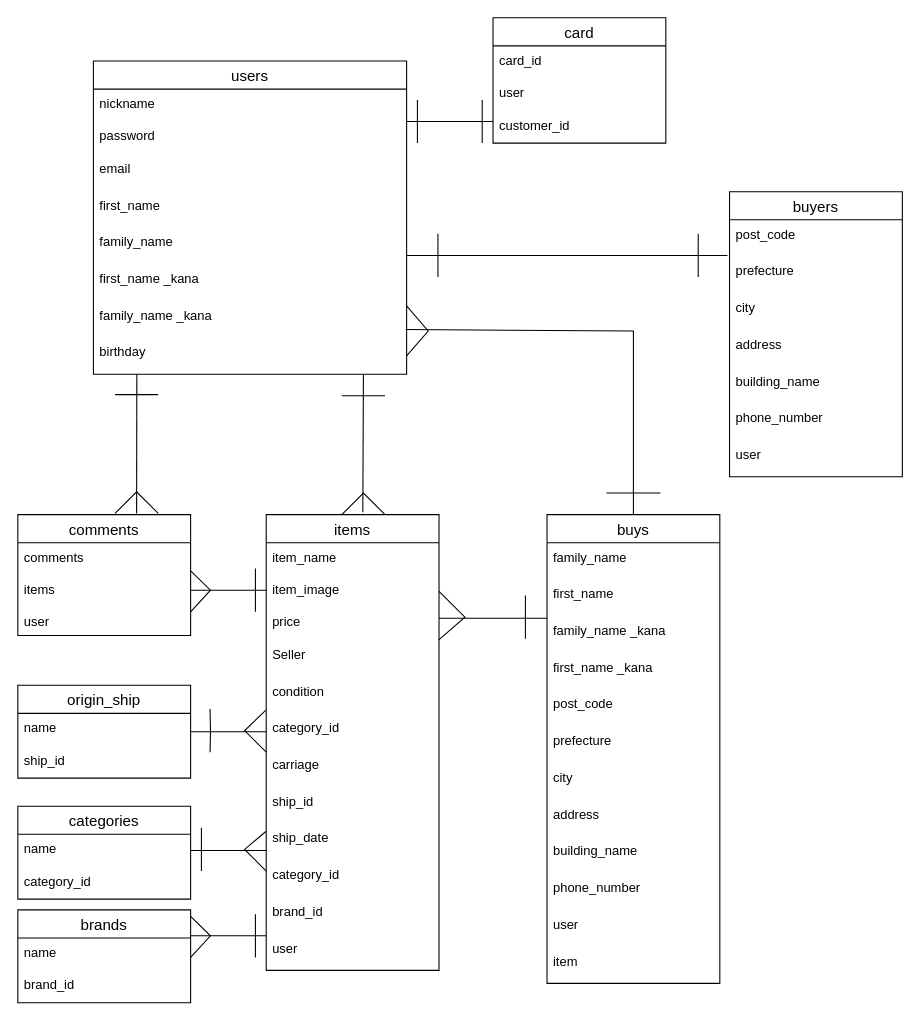
Before: page "ページ1" (1 of 2) of furima.dio in Ishibashi-naoki1/furima-35187, a draw.io diagram. Source tidied: cells renumbered, new cells numbered last; positions are measured from the earlier drawing's top-left corner, leaving out a move shared by most shapes. Both pictures are drawn from the tidied source at 108%, with x=0, y=0 at pixel (17, 17).
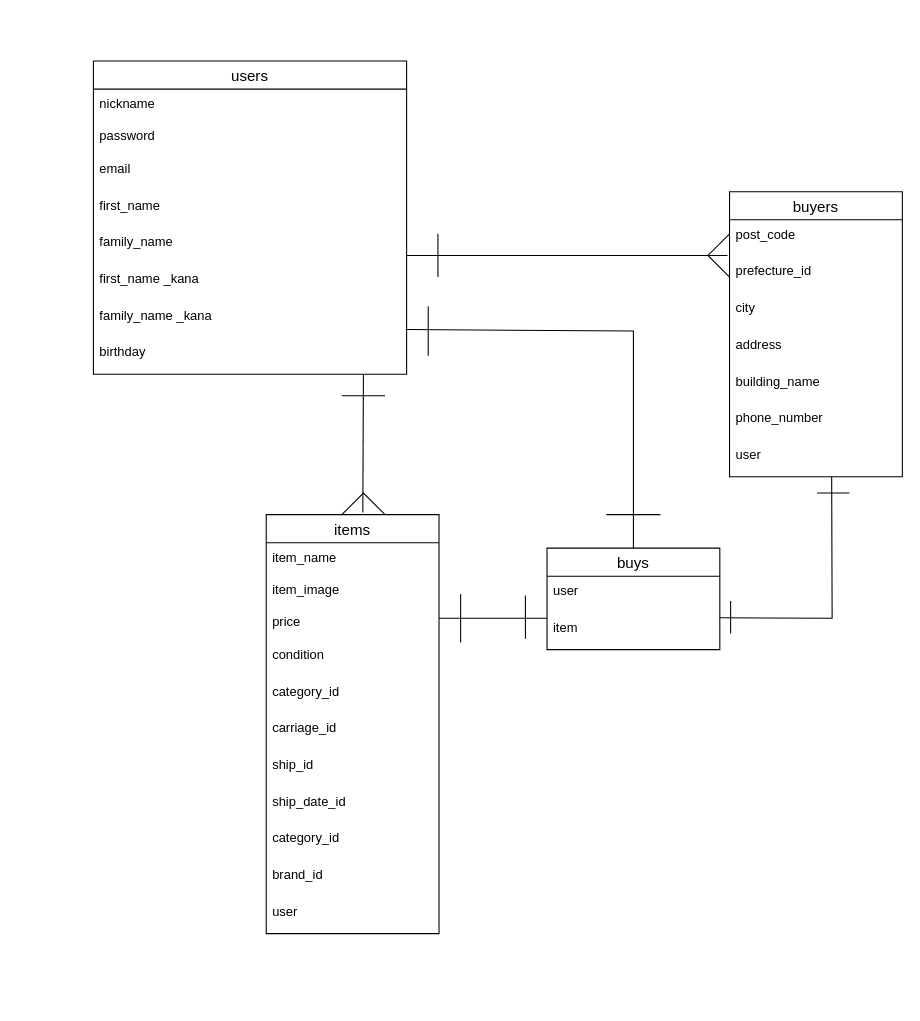
The same page after the edit.

Unchanged cells that the change refers to:
```xml
<mxCell id="2" value="users" style="swimlane;fontStyle=0;horizontal=1;startSize=26;align=center;fontSize=14;" parent="1" vertex="1">
  <mxGeometry x="70" y="40" width="290" height="290" as="geometry" />
</mxCell>
<mxCell id="8" value="first_name _kana" style="text;strokeColor=none;fillColor=none;spacingLeft=4;spacingRight=4;overflow=hidden;points=[[0,0.5],[1,0.5]];portConstraint=eastwest;fontSize=12;" parent="2" vertex="1">
  <mxGeometry y="188" width="290" height="34" as="geometry" />
</mxCell>
<mxCell id="10" value="birthday" style="text;strokeColor=none;fillColor=none;spacingLeft=4;spacingRight=4;overflow=hidden;points=[[0,0.5],[1,0.5]];portConstraint=eastwest;fontSize=12;" parent="2" vertex="1">
  <mxGeometry y="256" width="290" height="34" as="geometry" />
</mxCell>
<mxCell id="14" value="item_image" style="text;strokeColor=none;fillColor=none;spacingLeft=4;spacingRight=4;overflow=hidden;points=[[0,0.5],[1,0.5]];portConstraint=eastwest;fontSize=12;" parent="12" vertex="1">
  <mxGeometry y="56" width="160" height="30" as="geometry" />
</mxCell>
<mxCell id="15" value="price" style="text;strokeColor=none;fillColor=none;spacingLeft=4;spacingRight=4;overflow=hidden;points=[[0,0.5],[1,0.5]];portConstraint=eastwest;fontSize=12;" parent="12" vertex="1">
  <mxGeometry y="86" width="160" height="30" as="geometry" />
</mxCell>
<mxCell id="27" value="buyers" style="swimlane;fontStyle=0;horizontal=1;startSize=26;align=center;fontSize=14;" parent="1" vertex="1">
  <mxGeometry x="659" y="161" width="160" height="264" as="geometry" />
</mxCell>
<mxCell id="34" value="user" style="text;strokeColor=none;fillColor=none;spacingLeft=4;spacingRight=4;overflow=hidden;points=[[0,0.5],[1,0.5]];portConstraint=eastwest;fontSize=12;" parent="27" vertex="1">
  <mxGeometry y="230" width="160" height="34" as="geometry" />
</mxCell>
```

Change to the diagram source:
```diff
@@
-    <mxCell id="11" style="endArrow=none;html=1;rounded=0;exitX=1;exitY=0.5;exitDx=0;exitDy=0;entryX=1;entryY=1.137;entryDx=0;entryDy=0;entryPerimeter=0;" parent="2" edge="1" source="10" target="8">
+    <mxCell id="11" style="endArrow=none;html=1;rounded=0;" parent="2" edge="1">
       <mxGeometry relative="1" as="geometry">
+        <mxPoint x="310" y="273" as="sourcePoint" />
+        <mxPoint x="310" y="227" as="targetPoint" />
         <Array as="points">
           <mxPoint x="310" y="250" />
         </Array>
       </mxGeometry>
     </mxCell>
     <mxCell id="12" value="items" style="swimlane;fontStyle=0;horizontal=1;startSize=26;align=center;fontSize=14;" parent="1" vertex="1">
-      <mxGeometry x="230" y="460" width="160" height="422" as="geometry" />
+      <mxGeometry x="230" y="460" width="160" height="388" as="geometry" />
     </mxCell>
@@
-    <mxCell id="16" value="Seller" style="text;strokeColor=none;fillColor=none;spacingLeft=4;spacingRight=4;overflow=hidden;fontSize=12;" parent="12" vertex="1">
-      <mxGeometry y="116" width="160" height="34" as="geometry" />
-    </mxCell>
     <mxCell id="17" value="condition" style="text;strokeColor=none;fillColor=none;spacingLeft=4;spacingRight=4;overflow=hidden;points=[[0,0.5],[1,0.5]];portConstraint=eastwest;fontSize=12;" parent="12" vertex="1">
-      <mxGeometry y="150" width="160" height="34" as="geometry" />
+      <mxGeometry y="116" width="160" height="34" as="geometry" />
     </mxCell>
-    <mxCell id="18" style="endArrow=none;html=1;rounded=0;exitX=-0.002;exitY=0.914;exitDx=0;exitDy=0;exitPerimeter=0;" parent="12" edge="1" source="17">
-      <mxGeometry relative="1" as="geometry">
-        <mxPoint y="220" as="targetPoint" />
-        <Array as="points">
-          <mxPoint x="-20" y="200" />
-        </Array>
-      </mxGeometry>
-    </mxCell>
     <mxCell id="19" value="category_id" style="text;strokeColor=none;fillColor=none;spacingLeft=4;spacingRight=4;overflow=hidden;fontSize=12;" parent="12" vertex="1">
-      <mxGeometry y="184" width="160" height="34" as="geometry" />
+      <mxGeometry y="150" width="160" height="34" as="geometry" />
     </mxCell>
-    <mxCell id="20" value="carriage" style="text;strokeColor=none;fillColor=none;spacingLeft=4;spacingRight=4;overflow=hidden;fontSize=12;" parent="12" vertex="1">
-      <mxGeometry y="218" width="160" height="34" as="geometry" />
+    <mxCell id="20" value="carriage_id" style="text;strokeColor=none;fillColor=none;spacingLeft=4;spacingRight=4;overflow=hidden;fontSize=12;" parent="12" vertex="1">
+      <mxGeometry y="184" width="160" height="34" as="geometry" />
     </mxCell>
     <mxCell id="21" value="ship_id" style="text;strokeColor=none;fillColor=none;spacingLeft=4;spacingRight=4;overflow=hidden;fontSize=12;" parent="12" vertex="1">
-      <mxGeometry y="252" width="160" height="34" as="geometry" />
+      <mxGeometry y="218" width="160" height="34" as="geometry" />
     </mxCell>
-    <mxCell id="22" value="ship_date" style="text;strokeColor=none;fillColor=none;spacingLeft=4;spacingRight=4;overflow=hidden;points=[[0,0.5],[1,0.5]];portConstraint=eastwest;fontSize=12;" parent="12" vertex="1">
-      <mxGeometry y="286" width="160" height="34" as="geometry" />
+    <mxCell id="22" value="ship_date_id" style="text;strokeColor=none;fillColor=none;spacingLeft=4;spacingRight=4;overflow=hidden;points=[[0,0.5],[1,0.5]];portConstraint=eastwest;fontSize=12;" parent="12" vertex="1">
+      <mxGeometry y="252" width="160" height="34" as="geometry" />
     </mxCell>
     <mxCell id="23" value="category_id" style="text;strokeColor=none;fillColor=none;spacingLeft=4;spacingRight=4;overflow=hidden;fontSize=12;" parent="12" vertex="1">
-      <mxGeometry y="320" width="160" height="34" as="geometry" />
+      <mxGeometry y="286" width="160" height="34" as="geometry" />
     </mxCell>
     <mxCell id="24" value="brand_id" style="text;strokeColor=none;fillColor=none;spacingLeft=4;spacingRight=4;overflow=hidden;fontSize=12;" parent="12" vertex="1">
-      <mxGeometry y="354" width="160" height="34" as="geometry" />
+      <mxGeometry y="320" width="160" height="34" as="geometry" />
     </mxCell>
-    <mxCell id="25" style="endArrow=none;html=1;rounded=0;exitX=1;exitY=0.5;exitDx=0;exitDy=0;entryX=0.997;entryY=1.005;entryDx=0;entryDy=0;entryPerimeter=0;" parent="12" edge="1" source="14" target="15">
-      <mxGeometry relative="1" as="geometry">
-        <Array as="points">
-          <mxPoint x="184" y="95" />
-        </Array>
-      </mxGeometry>
-    </mxCell>
     <mxCell id="26" value="user" style="text;strokeColor=none;fillColor=none;spacingLeft=4;spacingRight=4;overflow=hidden;fontSize=12;" parent="12" vertex="1">
-      <mxGeometry y="388" width="160" height="34" as="geometry" />
+      <mxGeometry y="354" width="160" height="34" as="geometry" />
     </mxCell>
@@
-    <mxCell id="29" value="prefecture" style="text;strokeColor=none;fillColor=none;spacingLeft=4;spacingRight=4;overflow=hidden;points=[[0,0.5],[1,0.5]];portConstraint=eastwest;fontSize=12;" parent="27" vertex="1">
+    <mxCell id="29" value="prefecture_id" style="text;strokeColor=none;fillColor=none;spacingLeft=4;spacingRight=4;overflow=hidden;points=[[0,0.5],[1,0.5]];portConstraint=eastwest;fontSize=12;" parent="27" vertex="1">
       <mxGeometry y="60" width="160" height="34" as="geometry" />
     </mxCell>
@@
-    <mxCell id="35" value="categories" style="swimlane;fontStyle=0;horizontal=1;startSize=26;align=center;fontSize=14;" parent="1" vertex="1">
-      <mxGeometry y="730" width="160" height="86" as="geometry" />
-    </mxCell>
-    <mxCell id="36" value="name" style="text;strokeColor=none;fillColor=none;spacingLeft=4;spacingRight=4;overflow=hidden;points=[[0,0.5],[1,0.5]];portConstraint=eastwest;fontSize=12;" parent="35" vertex="1">
-      <mxGeometry y="26" width="160" height="30" as="geometry" />
-    </mxCell>
-    <mxCell id="37" value="category_id" style="text;strokeColor=none;fillColor=none;spacingLeft=4;spacingRight=4;overflow=hidden;fontSize=12;" parent="35" vertex="1">
-      <mxGeometry y="56" width="160" height="30" as="geometry" />
-    </mxCell>
-    <mxCell id="38" value="card" style="swimlane;fontStyle=0;horizontal=1;startSize=26;align=center;fontSize=14;" parent="1" vertex="1">
-      <mxGeometry x="440" width="160" height="116" as="geometry" />
-    </mxCell>
-    <mxCell id="39" value="card_id" style="text;strokeColor=none;fillColor=none;spacingLeft=4;spacingRight=4;overflow=hidden;fontSize=12;" parent="38" vertex="1">
-      <mxGeometry y="26" width="160" height="30" as="geometry" />
-    </mxCell>
-    <mxCell id="40" value="user" style="text;strokeColor=none;fillColor=none;spacingLeft=4;spacingRight=4;overflow=hidden;fontSize=12;" parent="38" vertex="1">
-      <mxGeometry y="56" width="160" height="30" as="geometry" />
-    </mxCell>
-    <mxCell id="41" value="customer_id" style="text;strokeColor=none;fillColor=none;spacingLeft=4;spacingRight=4;overflow=hidden;fontSize=12;" parent="38" vertex="1">
-      <mxGeometry y="86" width="160" height="30" as="geometry" />
-    </mxCell>
-    <mxCell id="42" value="comments" style="swimlane;fontStyle=0;horizontal=1;startSize=26;align=center;fontSize=14;" parent="1" vertex="1">
-      <mxGeometry y="460" width="160" height="112" as="geometry" />
-    </mxCell>
-    <mxCell id="43" value="comments" style="text;strokeColor=none;fillColor=none;spacingLeft=4;spacingRight=4;overflow=hidden;fontSize=12;" parent="42" vertex="1">
-      <mxGeometry y="26" width="160" height="30" as="geometry" />
-    </mxCell>
-    <mxCell id="44" value="items" style="text;strokeColor=none;fillColor=none;spacingLeft=4;spacingRight=4;overflow=hidden;fontSize=12;" parent="42" vertex="1">
-      <mxGeometry y="56" width="160" height="30" as="geometry" />
-    </mxCell>
-    <mxCell id="45" value="user" style="text;strokeColor=none;fillColor=none;spacingLeft=4;spacingRight=4;overflow=hidden;fontSize=12;" parent="42" vertex="1">
-      <mxGeometry y="86" width="160" height="26" as="geometry" />
-    </mxCell>
@@
-    <mxCell id="48" style="line;strokeWidth=1;dashed=0;labelPosition=right;align=left;verticalAlign=middle;spacingTop=0;spacingLeft=6;" parent="1" vertex="1">
-      <mxGeometry x="160" y="525" width="70" height="10" as="geometry" />
-    </mxCell>
-    <mxCell id="49" style="endArrow=none;html=1;rounded=0;" parent="1" edge="1">
-      <mxGeometry relative="1" as="geometry">
-        <mxPoint x="220" y="510" as="sourcePoint" />
-        <mxPoint x="220" y="550" as="targetPoint" />
-        <Array as="points">
-          <mxPoint x="220" y="530" />
-        </Array>
-      </mxGeometry>
-    </mxCell>
@@
     <mxCell id="54" style="endArrow=none;html=1;rounded=0;" parent="1" edge="1">
       <mxGeometry relative="1" as="geometry">
-        <mxPoint x="630" y="240" as="sourcePoint" />
-        <mxPoint x="630" y="200" as="targetPoint" />
+        <mxPoint x="659" y="240" as="sourcePoint" />
+        <mxPoint x="659" y="200" as="targetPoint" />
         <Array as="points">
-          <mxPoint x="630" y="220" />
+          <mxPoint x="639" y="220" />
         </Array>
       </mxGeometry>
     </mxCell>
-    <mxCell id="55" style="endArrow=none;html=1;rounded=0;" parent="1" edge="1">
-      <mxGeometry relative="1" as="geometry">
-        <mxPoint x="360" y="96" as="sourcePoint" />
-        <mxPoint x="440" y="96" as="targetPoint" />
-      </mxGeometry>
-    </mxCell>
-    <mxCell id="56" style="endArrow=none;html=1;rounded=0;" parent="1" edge="1">
-      <mxGeometry relative="1" as="geometry">
-        <mxPoint x="370" y="116" as="sourcePoint" />
-        <mxPoint x="370" y="76" as="targetPoint" />
-        <Array as="points">
-          <mxPoint x="370" y="96" />
-        </Array>
-      </mxGeometry>
-    </mxCell>
-    <mxCell id="57" style="endArrow=none;html=1;rounded=0;" parent="1" edge="1">
-      <mxGeometry relative="1" as="geometry">
-        <mxPoint x="430" y="116" as="sourcePoint" />
-        <mxPoint x="430" y="76" as="targetPoint" />
-        <Array as="points">
-          <mxPoint x="430" y="96" />
-        </Array>
-      </mxGeometry>
-    </mxCell>
-    <mxCell id="58" style="endArrow=none;html=1;rounded=0;entryX=0.5;entryY=0;entryDx=0;entryDy=0;exitX=0.725;exitY=1.031;exitDx=0;exitDy=0;exitPerimeter=0;" parent="1" edge="1">
-      <mxGeometry relative="1" as="geometry">
-        <mxPoint x="110.2" y="330" as="sourcePoint" />
-        <mxPoint x="110" y="458.9" as="targetPoint" />
-      </mxGeometry>
-    </mxCell>
-    <mxCell id="59" style="endArrow=none;html=1;rounded=0;" parent="1" edge="1">
-      <mxGeometry relative="1" as="geometry">
-        <mxPoint x="90" y="458.9" as="sourcePoint" />
-        <mxPoint x="130" y="458.9" as="targetPoint" />
-        <Array as="points">
-          <mxPoint x="110" y="438.9" />
-        </Array>
-      </mxGeometry>
-    </mxCell>
-    <mxCell id="60" style="endArrow=none;html=1;rounded=0;" parent="1" edge="1">
-      <mxGeometry relative="1" as="geometry">
-        <mxPoint x="90" y="348.9" as="sourcePoint" />
-        <mxPoint x="130" y="348.9" as="targetPoint" />
-      </mxGeometry>
-    </mxCell>
@@
-    <mxCell id="62" value="brands" style="swimlane;fontStyle=0;horizontal=1;startSize=26;align=center;fontSize=14;" parent="1" vertex="1">
-      <mxGeometry y="826" width="160" height="86" as="geometry" />
-    </mxCell>
-    <mxCell id="63" value="name" style="text;strokeColor=none;fillColor=none;spacingLeft=4;spacingRight=4;overflow=hidden;fontSize=12;" parent="62" vertex="1">
-      <mxGeometry y="26" width="160" height="30" as="geometry" />
-    </mxCell>
-    <mxCell id="64" value="brand_id" style="text;strokeColor=none;fillColor=none;spacingLeft=4;spacingRight=4;overflow=hidden;fontSize=12;" parent="62" vertex="1">
-      <mxGeometry y="56" width="160" height="30" as="geometry" />
-    </mxCell>
-    <mxCell id="65" style="endArrow=none;html=1;rounded=0;entryX=1.01;entryY=0.867;entryDx=0;entryDy=0;entryPerimeter=0;exitX=1.01;exitY=0.133;exitDx=0;exitDy=0;exitPerimeter=0;" parent="1" edge="1">
-      <mxGeometry relative="1" as="geometry">
-        <mxPoint x="160" y="550" as="sourcePoint" />
-        <mxPoint x="160" y="512" as="targetPoint" />
-        <Array as="points">
-          <mxPoint x="178.4" y="530" />
-        </Array>
-      </mxGeometry>
-    </mxCell>
-    <mxCell id="66" style="line;strokeWidth=1;dashed=0;labelPosition=right;align=left;verticalAlign=middle;spacingTop=0;spacingLeft=6;" parent="1" vertex="1">
-      <mxGeometry x="160" y="845" width="70" height="10" as="geometry" />
-    </mxCell>
-    <mxCell id="67" style="endArrow=none;html=1;rounded=0;entryX=1.01;entryY=0.867;entryDx=0;entryDy=0;entryPerimeter=0;exitX=1.01;exitY=0.133;exitDx=0;exitDy=0;exitPerimeter=0;" parent="1" edge="1">
-      <mxGeometry relative="1" as="geometry">
-        <mxPoint x="160" y="870" as="sourcePoint" />
-        <mxPoint x="160" y="832" as="targetPoint" />
-        <Array as="points">
-          <mxPoint x="178.4" y="850" />
-        </Array>
-      </mxGeometry>
-    </mxCell>
-    <mxCell id="68" style="endArrow=none;html=1;rounded=0;" parent="1" edge="1">
-      <mxGeometry relative="1" as="geometry">
-        <mxPoint x="220" y="830" as="sourcePoint" />
-        <mxPoint x="220" y="870" as="targetPoint" />
-      </mxGeometry>
-    </mxCell>
-    <mxCell id="69" style="endArrow=none;html=1;rounded=0;entryX=1;entryY=0.5;entryDx=0;entryDy=0;" parent="1" edge="1" target="36">
-      <mxGeometry relative="1" as="geometry">
-        <mxPoint x="230" y="771" as="sourcePoint" />
-        <Array as="points">
-          <mxPoint x="190" y="771" />
-        </Array>
-      </mxGeometry>
-    </mxCell>
-    <mxCell id="70" style="endArrow=none;html=1;rounded=0;exitX=-0.002;exitY=0.217;exitDx=0;exitDy=0;exitPerimeter=0;" parent="1" edge="1" source="22">
-      <mxGeometry relative="1" as="geometry">
-        <mxPoint x="230" y="790" as="targetPoint" />
-        <Array as="points">
-          <mxPoint x="210" y="770" />
-        </Array>
-      </mxGeometry>
-    </mxCell>
-    <mxCell id="71" value="origin_ship" style="swimlane;fontStyle=0;horizontal=1;startSize=26;align=center;fontSize=14;" parent="1" vertex="1">
-      <mxGeometry y="618" width="160" height="86" as="geometry" />
-    </mxCell>
-    <mxCell id="72" value="name" style="text;strokeColor=none;fillColor=none;spacingLeft=4;spacingRight=4;overflow=hidden;fontSize=12;" parent="71" vertex="1">
-      <mxGeometry y="26" width="160" height="30" as="geometry" />
-    </mxCell>
-    <mxCell id="73" value="ship_id" style="text;strokeColor=none;fillColor=none;spacingLeft=4;spacingRight=4;overflow=hidden;fontSize=12;" parent="71" vertex="1">
-      <mxGeometry y="56" width="160" height="30" as="geometry" />
-    </mxCell>
     <mxCell id="74" style="endArrow=none;html=1;rounded=0;" parent="1" edge="1">
       <mxGeometry relative="1" as="geometry">
-        <mxPoint x="545" y="440" as="sourcePoint" />
-        <mxPoint x="595" y="440" as="targetPoint" />
+        <mxPoint x="545" y="460" as="sourcePoint" />
+        <mxPoint x="595" y="460" as="targetPoint" />
         <Array as="points">
-          <mxPoint x="560.4" y="440" />
+          <mxPoint x="560.4" y="460" />
         </Array>
       </mxGeometry>
     </mxCell>
     <mxCell id="75" value="buys" style="swimlane;fontStyle=0;horizontal=1;startSize=26;align=center;fontSize=14;" parent="1" vertex="1">
-      <mxGeometry x="490" y="460" width="160" height="434" as="geometry" />
+      <mxGeometry x="490" y="491" width="160" height="94" as="geometry" />
     </mxCell>
-    <mxCell id="76" value="family_name " style="text;strokeColor=none;fillColor=none;spacingLeft=4;spacingRight=4;overflow=hidden;fontSize=12;" parent="75" vertex="1">
-      <mxGeometry y="26" width="160" height="34" as="geometry" />
-    </mxCell>
-    <mxCell id="77" value="first_name " style="text;strokeColor=none;fillColor=none;spacingLeft=4;spacingRight=4;overflow=hidden;fontSize=12;" parent="75" vertex="1">
-      <mxGeometry y="60" width="160" height="34" as="geometry" />
-    </mxCell>
-    <mxCell id="78" value="family_name _kana" style="text;strokeColor=none;fillColor=none;spacingLeft=4;spacingRight=4;overflow=hidden;fontSize=12;" parent="75" vertex="1">
-      <mxGeometry y="94" width="160" height="34" as="geometry" />
-    </mxCell>
-    <mxCell id="79" value="first_name _kana" style="text;strokeColor=none;fillColor=none;spacingLeft=4;spacingRight=4;overflow=hidden;fontSize=12;" parent="75" vertex="1">
-      <mxGeometry y="128" width="160" height="34" as="geometry" />
-    </mxCell>
-    <mxCell id="80" value="post_code" style="text;strokeColor=none;fillColor=none;spacingLeft=4;spacingRight=4;overflow=hidden;fontSize=12;" parent="75" vertex="1">
-      <mxGeometry y="162" width="160" height="34" as="geometry" />
-    </mxCell>
-    <mxCell id="81" value="prefecture" style="text;strokeColor=none;fillColor=none;spacingLeft=4;spacingRight=4;overflow=hidden;fontSize=12;" parent="75" vertex="1">
-      <mxGeometry y="196" width="160" height="34" as="geometry" />
-    </mxCell>
-    <mxCell id="82" value="city" style="text;strokeColor=none;fillColor=none;spacingLeft=4;spacingRight=4;overflow=hidden;fontSize=12;" parent="75" vertex="1">
-      <mxGeometry y="230" width="160" height="34" as="geometry" />
-    </mxCell>
-    <mxCell id="83" value="address" style="text;strokeColor=none;fillColor=none;spacingLeft=4;spacingRight=4;overflow=hidden;fontSize=12;" parent="75" vertex="1">
-      <mxGeometry y="264" width="160" height="34" as="geometry" />
-    </mxCell>
-    <mxCell id="84" value="building_name" style="text;strokeColor=none;fillColor=none;spacingLeft=4;spacingRight=4;overflow=hidden;fontSize=12;" parent="75" vertex="1">
-      <mxGeometry y="298" width="160" height="34" as="geometry" />
-    </mxCell>
-    <mxCell id="85" value="phone_number" style="text;strokeColor=none;fillColor=none;spacingLeft=4;spacingRight=4;overflow=hidden;fontSize=12;" parent="75" vertex="1">
-      <mxGeometry y="332" width="160" height="34" as="geometry" />
-    </mxCell>
     <mxCell id="86" value="user" style="text;strokeColor=none;fillColor=none;spacingLeft=4;spacingRight=4;overflow=hidden;fontSize=12;" parent="75" vertex="1">
-      <mxGeometry y="366" width="160" height="34" as="geometry" />
+      <mxGeometry y="26" width="160" height="34" as="geometry" />
     </mxCell>
     <mxCell id="87" value="item" style="text;strokeColor=none;fillColor=none;spacingLeft=4;spacingRight=4;overflow=hidden;fontSize=12;" parent="75" vertex="1">
-      <mxGeometry y="400" width="160" height="34" as="geometry" />
+      <mxGeometry y="60" width="160" height="34" as="geometry" />
     </mxCell>
-    <mxCell id="88" style="endArrow=none;html=1;rounded=0;" parent="1" edge="1">
-      <mxGeometry relative="1" as="geometry">
-        <mxPoint x="170" y="750" as="sourcePoint" />
-        <mxPoint x="170" y="790" as="targetPoint" />
-      </mxGeometry>
-    </mxCell>
-    <mxCell id="89" style="line;strokeWidth=1;dashed=0;labelPosition=right;align=left;verticalAlign=middle;spacingTop=0;spacingLeft=6;" parent="1" vertex="1">
-      <mxGeometry x="160" y="656" width="70" height="10" as="geometry" />
-    </mxCell>
-    <mxCell id="90" style="endArrow=none;html=1;rounded=0;" parent="1" edge="1">
-      <mxGeometry relative="1" as="geometry">
-        <mxPoint x="178" y="680" as="sourcePoint" />
-        <mxPoint x="178" y="640" as="targetPoint" />
-        <Array as="points">
-          <mxPoint x="178.4" y="661" />
-        </Array>
-      </mxGeometry>
-    </mxCell>
@@
+    <mxCell id="25" style="endArrow=none;html=1;rounded=0;" parent="1" edge="1">
+      <mxGeometry relative="1" as="geometry">
+        <mxPoint x="410" y="533.5" as="sourcePoint" />
+        <mxPoint x="410" y="578.5" as="targetPoint" />
+        <Array as="points">
+          <mxPoint x="410" y="557.5" />
+        </Array>
+      </mxGeometry>
+    </mxCell>
+    <mxCell id="92" style="endArrow=none;html=1;rounded=0;entryX=0.591;entryY=1;entryDx=0;entryDy=0;entryPerimeter=0;" parent="1" edge="1" target="34">
+      <mxGeometry relative="1" as="geometry">
+        <mxPoint x="650" y="555.5" as="sourcePoint" />
+        <Array as="points">
+          <mxPoint x="754" y="556" />
+        </Array>
+      </mxGeometry>
+    </mxCell>
+    <mxCell id="93" style="endArrow=none;html=1;rounded=0;" parent="1" edge="1">
+      <mxGeometry relative="1" as="geometry">
+        <mxPoint x="660" y="540" as="sourcePoint" />
+        <mxPoint x="660" y="570" as="targetPoint" />
+      </mxGeometry>
+    </mxCell>
+    <mxCell id="94" style="endArrow=none;html=1;rounded=0;" parent="1" edge="1">
+      <mxGeometry relative="1" as="geometry">
+        <mxPoint x="740" y="440" as="sourcePoint" />
+        <mxPoint x="770" y="440" as="targetPoint" />
+      </mxGeometry>
+    </mxCell>
```
